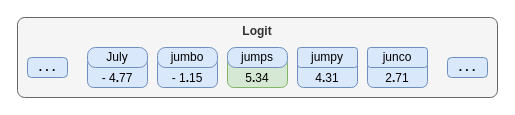
The draw.io diagram book/images/transformer/smallest-llm-logit-values.drawio in yshavit/llm-notes, before the edit. Source tidied: cells renumbered, new cells numbered last; positions are measured from the earlier drawing's top-left corner, leaving out a move shared by most shapes. Both pictures are drawn from the tidied source at 100%, with x=0, y=0 at pixel (17, 17).
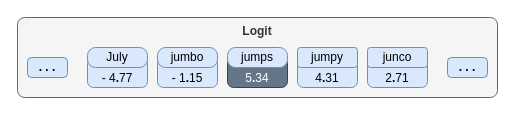
After the change.

Change to the diagram source:
```diff
@@
 <mxGraphModel>
   <root>
     <mxCell id="0" />
     <mxCell id="1" parent="0" />
     <mxCell id="2" value="Logit" style="rounded=1;whiteSpace=wrap;html=1;fillColor=#f5f5f5;fontColor=#333333;strokeColor=#666666;fontStyle=1;verticalAlign=top;arcSize=9;" parent="1" vertex="1">
       <mxGeometry width="480" height="80" as="geometry" />
     </mxCell>
     <mxCell id="3" value="&lt;span&gt;-&amp;nbsp;&lt;/span&gt;&lt;span style=&quot;background-color: transparent; color: light-dark(rgb(0, 0, 0), rgb(255, 255, 255));&quot;&gt;4&lt;b&gt;.&lt;/b&gt;77&lt;/span&gt;" style="rounded=1;whiteSpace=wrap;html=1;fillColor=#dae8fc;strokeColor=#6c8ebf;arcSize=20;fontStyle=0;verticalAlign=bottom;" parent="1" vertex="1">
       <mxGeometry x="70" y="40" width="60" height="30" as="geometry" />
     </mxCell>
     <mxCell id="4" value="July" style="rounded=1;whiteSpace=wrap;html=1;fillColor=#dae8fc;strokeColor=#6c8ebf;arcSize=40;" parent="1" vertex="1">
       <mxGeometry x="70" y="30" width="60" height="20" as="geometry" />
     </mxCell>
     <mxCell id="5" value="- 1&lt;b&gt;.&lt;/b&gt;15" style="rounded=1;whiteSpace=wrap;html=1;fillColor=#dae8fc;strokeColor=#6c8ebf;arcSize=20;fontStyle=0;verticalAlign=bottom;" parent="1" vertex="1">
       <mxGeometry x="140" y="40" width="60" height="30" as="geometry" />
     </mxCell>
-    <mxCell id="6" value="5&lt;b&gt;.&lt;/b&gt;34" style="rounded=1;whiteSpace=wrap;html=1;fillColor=#d5e8d4;strokeColor=#82b366;arcSize=20;fontStyle=0;verticalAlign=bottom;" parent="1" vertex="1">
+    <mxCell id="6" value="5&lt;b&gt;.&lt;/b&gt;34" style="rounded=1;whiteSpace=wrap;html=1;fillColor=#647687;strokeColor=#314354;arcSize=20;fontStyle=0;verticalAlign=bottom;fontColor=#ffffff;" parent="1" vertex="1">
       <mxGeometry x="210" y="40" width="60" height="30" as="geometry" />
     </mxCell>
     <mxCell id="7" value="4&lt;b&gt;.&lt;/b&gt;31" style="rounded=1;whiteSpace=wrap;html=1;fillColor=#dae8fc;strokeColor=#6c8ebf;arcSize=20;fontStyle=0;verticalAlign=bottom;" parent="1" vertex="1">
       <mxGeometry x="280" y="40" width="60" height="30" as="geometry" />
     </mxCell>
     <mxCell id="8" value="jumbo" style="rounded=1;whiteSpace=wrap;html=1;fillColor=#dae8fc;strokeColor=#6c8ebf;arcSize=40;" parent="1" vertex="1">
       <mxGeometry x="140" y="30" width="60" height="20" as="geometry" />
     </mxCell>
     <mxCell id="9" value="jumpy" style="rounded=1;whiteSpace=wrap;html=1;fillColor=#dae8fc;strokeColor=#6c8ebf;" parent="1" vertex="1">
       <mxGeometry x="280" y="30" width="60" height="20" as="geometry" />
     </mxCell>
     <mxCell id="10" value="jumps" style="rounded=1;whiteSpace=wrap;html=1;fillColor=#dae8fc;strokeColor=#6c8ebf;arcSize=40;" parent="1" vertex="1">
       <mxGeometry x="210" y="30" width="60" height="20" as="geometry" />
     </mxCell>
     <mxCell id="11" value="&lt;b&gt;. . .&lt;/b&gt;" style="rounded=1;whiteSpace=wrap;html=1;fillColor=#dae8fc;strokeColor=#6c8ebf;arcSize=20;" parent="1" vertex="1">
       <mxGeometry x="430" y="40" width="40" height="20" as="geometry" />
     </mxCell>
     <mxCell id="12" value="&lt;b&gt;. . .&lt;/b&gt;" style="text;html=1;whiteSpace=wrap;strokeColor=#6c8ebf;fillColor=#dae8fc;align=center;verticalAlign=middle;rounded=1;arcSize=20;" parent="1" vertex="1">
       <mxGeometry x="10" y="40" width="40" height="20" as="geometry" />
     </mxCell>
     <mxCell id="13" value="2&lt;b&gt;.&lt;/b&gt;71" style="rounded=1;whiteSpace=wrap;html=1;fillColor=#dae8fc;strokeColor=#6c8ebf;arcSize=20;fontStyle=0;verticalAlign=bottom;" parent="1" vertex="1">
       <mxGeometry x="350" y="40" width="60" height="30" as="geometry" />
     </mxCell>
     <mxCell id="14" value="junco" style="rounded=1;whiteSpace=wrap;html=1;fillColor=#dae8fc;strokeColor=#6c8ebf;" parent="1" vertex="1">
       <mxGeometry x="350" y="30" width="60" height="20" as="geometry" />
     </mxCell>
   </root>
 </mxGraphModel>
```
